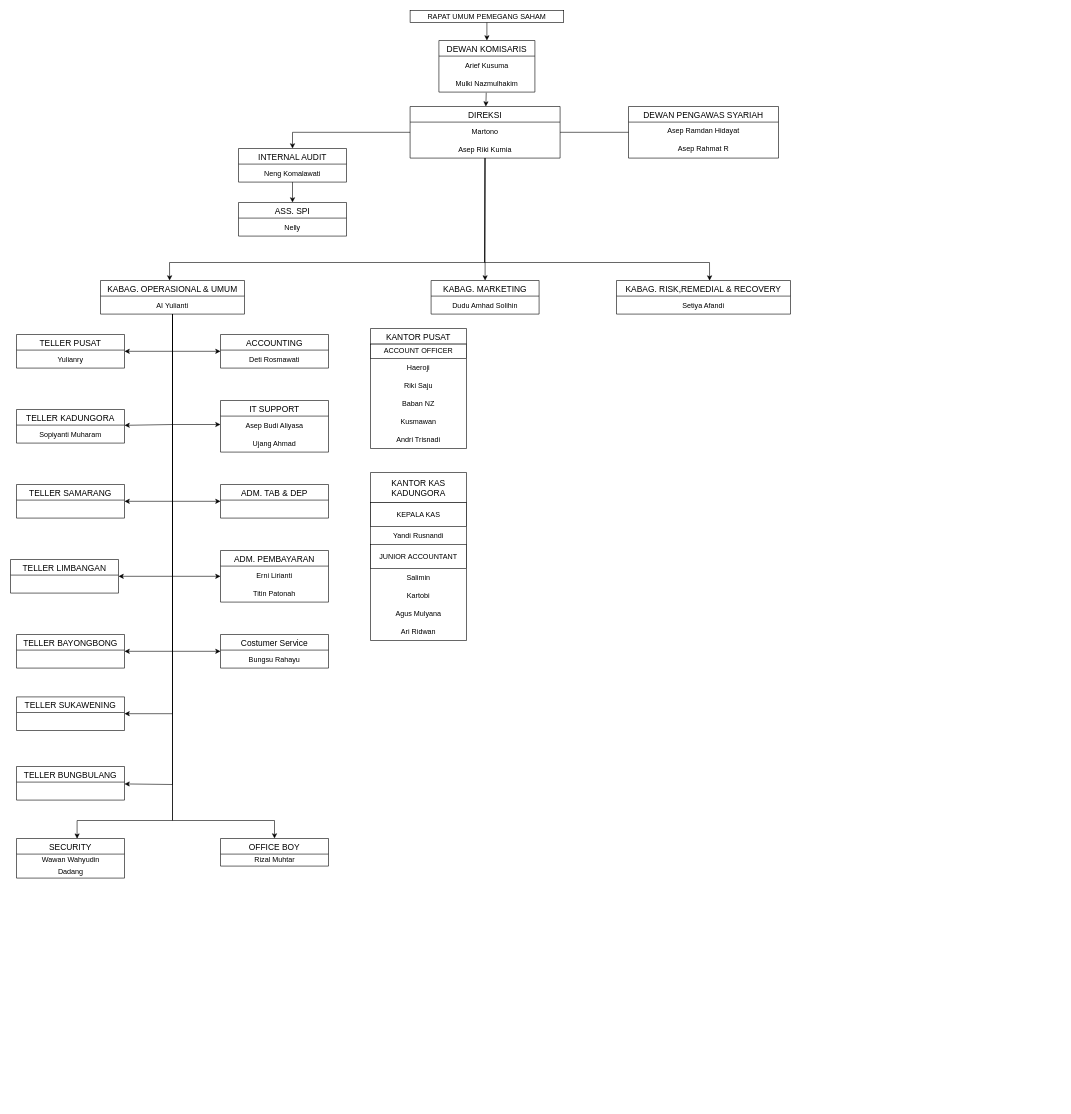
Before: Untitled Diagram.drawio in Lastwolf666/PBO, a draw.io diagram. Source tidied: cells renumbered, new cells numbered last; positions are measured from the earlier drawing's top-left corner, leaving out a move shared by most shapes. Both pictures are drawn from the tidied source at 60%, with x=0, y=0 at pixel (10, 10).
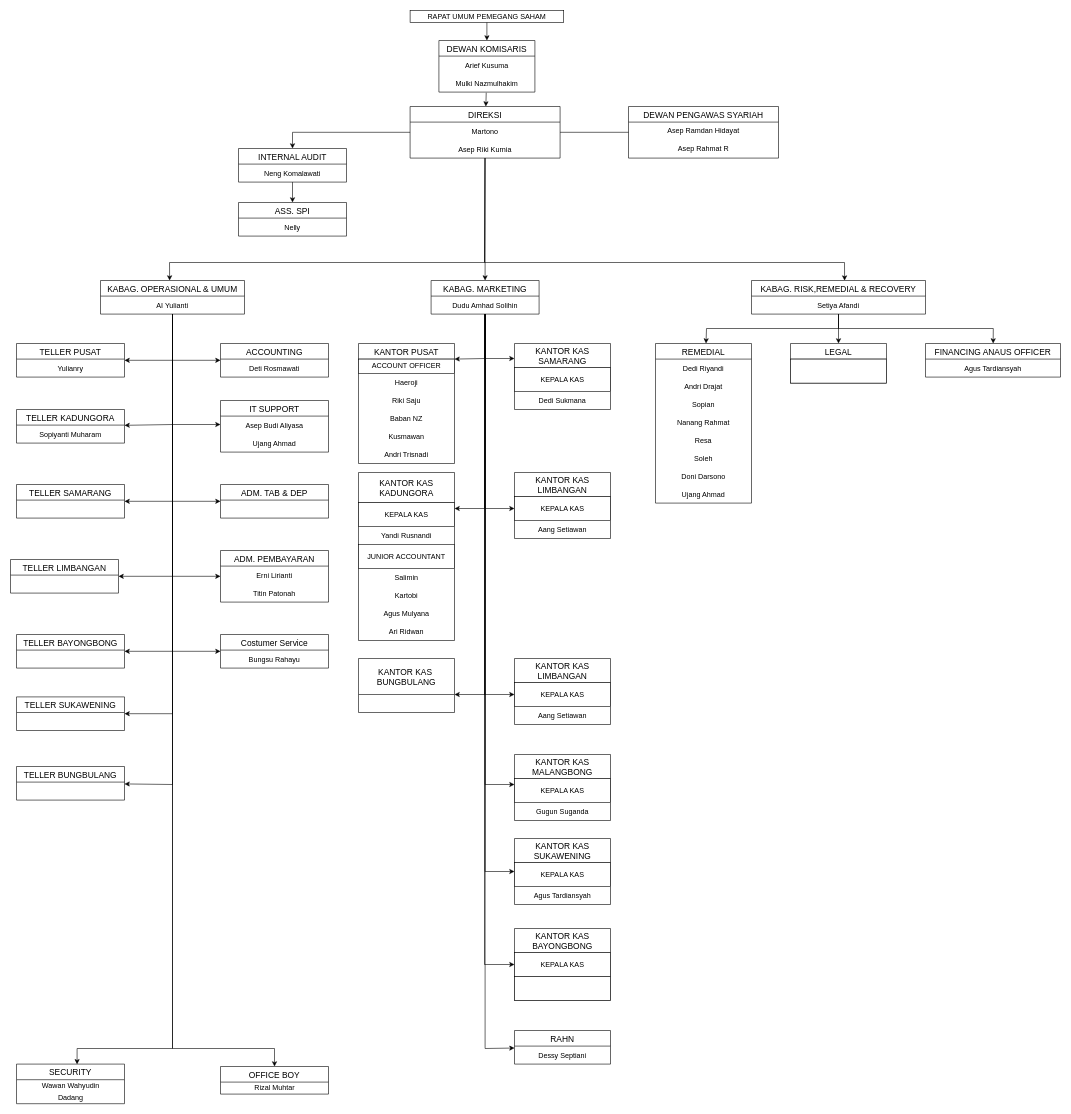
Above is the later version.

The change refers to these unchanged cells:
```xml
<mxCell id="7" value="DIREKSI" style="swimlane;fontStyle=0;horizontal=1;startSize=26;align=center;fontSize=14;arcSize=15;" parent="1" vertex="1">
  <mxGeometry x="666" y="160" width="250" height="86" as="geometry" />
</mxCell>
<mxCell id="21" value="KABAG. OPERASIONAL &amp; UMUM" style="swimlane;fontStyle=0;horizontal=1;startSize=26;align=center;fontSize=14;arcSize=15;" parent="1" vertex="1">
  <mxGeometry x="150" y="450" width="240" height="56" as="geometry" />
</mxCell>
<mxCell id="23" value="KABAG. MARKETING" style="swimlane;fontStyle=0;horizontal=1;startSize=26;align=center;fontSize=14;arcSize=15;" parent="1" vertex="1">
  <mxGeometry x="701" y="450" width="180" height="56" as="geometry" />
</mxCell>
<mxCell id="70" value="ACCOUNT OFFICER" style="whiteSpace=wrap;html=1;align=center;startSize=26;" parent="69" vertex="1">
  <mxGeometry y="26" width="160" height="24" as="geometry" />
</mxCell>
<mxCell id="77" value="KEPALA KAS" style="whiteSpace=wrap;html=1;align=center;startSize=26;" parent="76" vertex="1">
  <mxGeometry y="50" width="160" height="40" as="geometry" />
</mxCell>
```

Change to the diagram source:
```diff
@@
     <mxCell id="25" value="KABAG. RISK,REMEDIAL &amp; RECOVERY" style="swimlane;fontStyle=0;horizontal=1;startSize=26;align=center;fontSize=14;arcSize=15;" parent="1" vertex="1">
-      <mxGeometry x="1010" y="450" width="290" height="56" as="geometry" />
+      <mxGeometry x="1235" y="450" width="290" height="56" as="geometry" />
     </mxCell>
@@
     <mxCell id="29" style="endArrow=classic;html=1;rounded=0;startSize=26;entryX=0.535;entryY=0.003;entryDx=0;entryDy=0;entryPerimeter=0;" parent="1" edge="1" source="7" target="25">
       <mxGeometry relative="1" as="geometry">
         <Array as="points">
           <mxPoint x="790" y="420" />
-          <mxPoint x="1165" y="420" />
+          <mxPoint x="1390" y="420" />
         </Array>
       </mxGeometry>
     </mxCell>
     <mxCell id="30" value="ACCOUNTING" style="swimlane;fontStyle=0;horizontal=1;startSize=26;align=center;fontSize=14;arcSize=15;" parent="1" vertex="1">
-      <mxGeometry x="350" y="540" width="180" height="56" as="geometry" />
+      <mxGeometry x="350" y="555" width="180" height="56" as="geometry" />
     </mxCell>
@@
     <mxCell id="41" value="TELLER PUSAT" style="swimlane;fontStyle=0;horizontal=1;startSize=26;align=center;fontSize=14;arcSize=15;" parent="1" vertex="1">
-      <mxGeometry x="10" y="540" width="180" height="56" as="geometry" />
+      <mxGeometry x="10" y="555" width="180" height="56" as="geometry" />
     </mxCell>
@@
     <mxCell id="50" value="SECURITY" style="swimlane;fontStyle=0;horizontal=1;startSize=26;align=center;fontSize=14;arcSize=15;" parent="1" vertex="1">
-      <mxGeometry x="10" y="1380" width="180" height="66" as="geometry" />
+      <mxGeometry x="10" y="1756" width="180" height="66" as="geometry" />
     </mxCell>
@@
     <mxCell id="53" value="OFFICE BOY" style="swimlane;fontStyle=0;horizontal=1;startSize=26;align=center;fontSize=14;arcSize=15;" parent="1" vertex="1">
-      <mxGeometry x="350" y="1380" width="180" height="46" as="geometry" />
+      <mxGeometry x="350" y="1760" width="180" height="46" as="geometry" />
     </mxCell>
@@
     <mxCell id="55" style="endArrow=classic;html=1;rounded=0;startSize=26;entryX=0.561;entryY=0.005;entryDx=0;entryDy=0;entryPerimeter=0;" parent="1" edge="1" source="21" target="50">
       <mxGeometry relative="1" as="geometry">
         <Array as="points">
-          <mxPoint x="270" y="1350" />
-          <mxPoint x="111" y="1350" />
+          <mxPoint x="270" y="1730" />
+          <mxPoint x="111" y="1730" />
         </Array>
       </mxGeometry>
     </mxCell>
     <mxCell id="56" style="endArrow=classic;html=1;rounded=0;startSize=26;entryX=0.5;entryY=0;entryDx=0;entryDy=0;" parent="1" edge="1" source="21" target="53">
       <mxGeometry relative="1" as="geometry">
         <Array as="points">
-          <mxPoint x="270" y="1350" />
-          <mxPoint x="440" y="1350" />
+          <mxPoint x="270" y="1730" />
+          <mxPoint x="440" y="1730" />
         </Array>
       </mxGeometry>
     </mxCell>
     <mxCell id="57" style="endArrow=classic;html=1;rounded=0;startSize=26;" parent="1" edge="1" source="21" target="30">
       <mxGeometry relative="1" as="geometry">
         <Array as="points">
-          <mxPoint x="270" y="568" />
+          <mxPoint x="270" y="583" />
         </Array>
       </mxGeometry>
     </mxCell>
@@
     <mxCell id="62" style="endArrow=classic;html=1;rounded=0;startSize=26;" parent="1" edge="1" source="21" target="41">
       <mxGeometry relative="1" as="geometry">
         <Array as="points">
-          <mxPoint x="270" y="568" />
+          <mxPoint x="270" y="583" />
         </Array>
       </mxGeometry>
     </mxCell>
@@
     <mxCell id="69" value="KANTOR PUSAT" style="swimlane;fontStyle=0;horizontal=1;startSize=26;align=center;fontSize=14;" parent="1" vertex="1">
-      <mxGeometry x="600" y="530" width="160" height="200" as="geometry" />
+      <mxGeometry x="580" y="555" width="160" height="200" as="geometry" />
     </mxCell>
@@
     <mxCell id="76" value="KANTOR KAS&#10;KADUNGORA" style="swimlane;fontStyle=0;horizontal=1;startSize=50;align=center;fontSize=14;" parent="1" vertex="1">
-      <mxGeometry x="600" y="770" width="160" height="280" as="geometry" />
+      <mxGeometry x="580" y="770" width="160" height="280" as="geometry" />
     </mxCell>
@@
+    <mxCell id="84" value="KANTOR KAS &#10;BUNGBULANG" style="swimlane;fontStyle=0;horizontal=1;startSize=60;align=center;fontSize=14;" parent="1" vertex="1">
+      <mxGeometry x="580" y="1080" width="160" height="90" as="geometry" />
+    </mxCell>
+    <mxCell id="85" value="KANTOR KAS&#10;SAMARANG" style="swimlane;fontStyle=0;horizontal=1;startSize=40;align=center;fontSize=14;" parent="1" vertex="1">
+      <mxGeometry x="840" y="555" width="160" height="110" as="geometry" />
+    </mxCell>
+    <mxCell id="86" value="KEPALA KAS" style="whiteSpace=wrap;html=1;align=center;startSize=26;" parent="85" vertex="1">
+      <mxGeometry y="40" width="160" height="40" as="geometry" />
+    </mxCell>
+    <mxCell id="87" value="Dedi Sukmana" style="text;strokeColor=none;fillColor=none;spacingLeft=4;spacingRight=4;overflow=hidden;fontSize=12;startSize=26;align=center;verticalAlign=middle;" parent="85" vertex="1">
+      <mxGeometry y="80" width="160" height="30" as="geometry" />
+    </mxCell>
+    <mxCell id="88" value="KANTOR KAS&#10;LIMBANGAN" style="swimlane;fontStyle=0;horizontal=1;startSize=40;align=center;fontSize=14;" parent="1" vertex="1">
+      <mxGeometry x="840" y="770" width="160" height="110" as="geometry" />
+    </mxCell>
+    <mxCell id="89" value="KEPALA KAS" style="whiteSpace=wrap;html=1;align=center;startSize=26;" parent="88" vertex="1">
+      <mxGeometry y="40" width="160" height="40" as="geometry" />
+    </mxCell>
+    <mxCell id="90" value="Aang Setiawan" style="text;strokeColor=none;fillColor=none;spacingLeft=4;spacingRight=4;overflow=hidden;fontSize=12;startSize=26;align=center;verticalAlign=middle;" parent="88" vertex="1">
+      <mxGeometry y="80" width="160" height="30" as="geometry" />
+    </mxCell>
+    <mxCell id="91" value="KANTOR KAS&#10;LIMBANGAN" style="swimlane;fontStyle=0;horizontal=1;startSize=40;align=center;fontSize=14;" parent="1" vertex="1">
+      <mxGeometry x="840" y="1080" width="160" height="110" as="geometry" />
+    </mxCell>
+    <mxCell id="92" value="KEPALA KAS" style="whiteSpace=wrap;html=1;align=center;startSize=26;" parent="91" vertex="1">
+      <mxGeometry y="40" width="160" height="40" as="geometry" />
+    </mxCell>
+    <mxCell id="93" value="Aang Setiawan" style="text;strokeColor=none;fillColor=none;spacingLeft=4;spacingRight=4;overflow=hidden;fontSize=12;startSize=26;align=center;verticalAlign=middle;" parent="91" vertex="1">
+      <mxGeometry y="80" width="160" height="30" as="geometry" />
+    </mxCell>
+    <mxCell id="94" value="KANTOR KAS&#10;MALANGBONG" style="swimlane;fontStyle=0;horizontal=1;startSize=40;align=center;fontSize=14;" parent="1" vertex="1">
+      <mxGeometry x="840" y="1240" width="160" height="110" as="geometry" />
+    </mxCell>
+    <mxCell id="95" value="KEPALA KAS" style="whiteSpace=wrap;html=1;align=center;startSize=26;" parent="94" vertex="1">
+      <mxGeometry y="40" width="160" height="40" as="geometry" />
+    </mxCell>
+    <mxCell id="96" value="Gugun Suganda" style="text;strokeColor=none;fillColor=none;spacingLeft=4;spacingRight=4;overflow=hidden;fontSize=12;startSize=26;align=center;verticalAlign=middle;" parent="94" vertex="1">
+      <mxGeometry y="80" width="160" height="30" as="geometry" />
+    </mxCell>
+    <mxCell id="97" value="KANTOR KAS&#10;SUKAWENING" style="swimlane;fontStyle=0;horizontal=1;startSize=40;align=center;fontSize=14;" parent="1" vertex="1">
+      <mxGeometry x="840" y="1380" width="160" height="110" as="geometry" />
+    </mxCell>
+    <mxCell id="98" value="KEPALA KAS" style="whiteSpace=wrap;html=1;align=center;startSize=26;" parent="97" vertex="1">
+      <mxGeometry y="40" width="160" height="40" as="geometry" />
+    </mxCell>
+    <mxCell id="99" value="Agus Tardiansyah" style="text;strokeColor=none;fillColor=none;spacingLeft=4;spacingRight=4;overflow=hidden;fontSize=12;startSize=26;align=center;verticalAlign=middle;" parent="97" vertex="1">
+      <mxGeometry y="80" width="160" height="30" as="geometry" />
+    </mxCell>
+    <mxCell id="100" value="KANTOR KAS&#10;BAYONGBONG" style="swimlane;fontStyle=0;horizontal=1;startSize=40;align=center;fontSize=14;" parent="1" vertex="1">
+      <mxGeometry x="840" y="1530" width="160" height="120" as="geometry" />
+    </mxCell>
+    <mxCell id="101" value="KEPALA KAS" style="whiteSpace=wrap;html=1;align=center;startSize=26;" parent="100" vertex="1">
+      <mxGeometry y="40" width="160" height="40" as="geometry" />
+    </mxCell>
+    <mxCell id="102" style="whiteSpace=wrap;html=1;align=center;startSize=26;" parent="100" vertex="1">
+      <mxGeometry y="80" width="160" height="40" as="geometry" />
+    </mxCell>
+    <mxCell id="103" value="RAHN" style="swimlane;fontStyle=0;horizontal=1;startSize=26;align=center;fontSize=14;" parent="1" vertex="1">
+      <mxGeometry x="840" y="1700" width="160" height="56" as="geometry" />
+    </mxCell>
+    <mxCell id="104" value="Dessy Septiani" style="text;strokeColor=none;fillColor=none;spacingLeft=4;spacingRight=4;overflow=hidden;fontSize=12;startSize=26;align=center;verticalAlign=middle;" parent="103" vertex="1">
+      <mxGeometry y="26" width="160" height="30" as="geometry" />
+    </mxCell>
+    <mxCell id="105" style="endArrow=classic;html=1;rounded=0;startSize=26;entryX=1;entryY=0;entryDx=0;entryDy=0;" parent="1" edge="1" source="23" target="70">
+      <mxGeometry relative="1" as="geometry">
+        <Array as="points">
+          <mxPoint x="790" y="580" />
+        </Array>
+      </mxGeometry>
+    </mxCell>
+    <mxCell id="106" style="endArrow=classic;html=1;rounded=0;startSize=26;" parent="1" edge="1" source="23">
+      <mxGeometry relative="1" as="geometry">
+        <mxPoint x="840" y="580" as="targetPoint" />
+        <Array as="points">
+          <mxPoint x="791" y="580" />
+        </Array>
+      </mxGeometry>
+    </mxCell>
+    <mxCell id="107" style="endArrow=classic;html=1;rounded=0;startSize=26;entryX=1;entryY=0.25;entryDx=0;entryDy=0;" parent="1" edge="1" source="23" target="77">
+      <mxGeometry relative="1" as="geometry">
+        <Array as="points">
+          <mxPoint x="790" y="830" />
+        </Array>
+      </mxGeometry>
+    </mxCell>
+    <mxCell id="108" style="endArrow=classic;html=1;rounded=0;startSize=26;entryX=0;entryY=0.5;entryDx=0;entryDy=0;" parent="1" edge="1" source="23" target="89">
+      <mxGeometry relative="1" as="geometry">
+        <Array as="points">
+          <mxPoint x="791" y="830" />
+        </Array>
+      </mxGeometry>
+    </mxCell>
+    <mxCell id="109" style="endArrow=classic;html=1;rounded=0;startSize=26;" parent="1" edge="1" source="23">
+      <mxGeometry relative="1" as="geometry">
+        <mxPoint x="840" y="1140" as="targetPoint" />
+        <Array as="points">
+          <mxPoint x="790" y="1140" />
+        </Array>
+      </mxGeometry>
+    </mxCell>
+    <mxCell id="110" style="endArrow=classic;html=1;rounded=0;startSize=26;" parent="1" edge="1" source="23">
+      <mxGeometry relative="1" as="geometry">
+        <mxPoint x="740" y="1140" as="targetPoint" />
+        <Array as="points">
+          <mxPoint x="791" y="1140" />
+        </Array>
+      </mxGeometry>
+    </mxCell>
+    <mxCell id="111" style="endArrow=classic;html=1;rounded=0;startSize=26;entryX=0;entryY=0.25;entryDx=0;entryDy=0;" parent="1" edge="1" source="23" target="95">
+      <mxGeometry relative="1" as="geometry">
+        <Array as="points">
+          <mxPoint x="791" y="1290" />
+        </Array>
+      </mxGeometry>
+    </mxCell>
+    <mxCell id="112" style="endArrow=classic;html=1;rounded=0;startSize=26;" parent="1" edge="1" source="23" target="97">
+      <mxGeometry relative="1" as="geometry">
+        <Array as="points">
+          <mxPoint x="791" y="1435" />
+        </Array>
+      </mxGeometry>
+    </mxCell>
+    <mxCell id="113" style="endArrow=classic;html=1;rounded=0;startSize=26;" parent="1" edge="1" source="23" target="100">
+      <mxGeometry relative="1" as="geometry">
+        <Array as="points">
+          <mxPoint x="790" y="1590" />
+        </Array>
+      </mxGeometry>
+    </mxCell>
+    <mxCell id="114" style="endArrow=classic;html=1;rounded=0;startSize=26;" parent="1" edge="1" source="23" target="103">
+      <mxGeometry relative="1" as="geometry">
+        <Array as="points">
+          <mxPoint x="791" y="1730" />
+        </Array>
+      </mxGeometry>
+    </mxCell>
+    <mxCell id="115" value="REMEDIAL" style="swimlane;fontStyle=0;horizontal=1;startSize=26;align=center;fontSize=14;" parent="1" vertex="1">
+      <mxGeometry x="1075" y="555" width="160" height="266" as="geometry" />
+    </mxCell>
+    <mxCell id="116" value="Dedi Riyandi" style="text;strokeColor=none;fillColor=none;spacingLeft=4;spacingRight=4;overflow=hidden;fontSize=12;startSize=26;align=center;verticalAlign=middle;" parent="115" vertex="1">
+      <mxGeometry y="26" width="160" height="30" as="geometry" />
+    </mxCell>
+    <mxCell id="117" value="Andri Drajat" style="text;strokeColor=none;fillColor=none;spacingLeft=4;spacingRight=4;overflow=hidden;fontSize=12;startSize=26;align=center;verticalAlign=middle;" parent="115" vertex="1">
+      <mxGeometry y="56" width="160" height="30" as="geometry" />
+    </mxCell>
+    <mxCell id="118" value="Sopian" style="text;strokeColor=none;fillColor=none;spacingLeft=4;spacingRight=4;overflow=hidden;fontSize=12;startSize=26;align=center;verticalAlign=middle;" parent="115" vertex="1">
+      <mxGeometry y="86" width="160" height="30" as="geometry" />
+    </mxCell>
+    <mxCell id="119" value="Nanang Rahmat" style="text;strokeColor=none;fillColor=none;spacingLeft=4;spacingRight=4;overflow=hidden;fontSize=12;startSize=26;align=center;verticalAlign=middle;" parent="115" vertex="1">
+      <mxGeometry y="116" width="160" height="30" as="geometry" />
+    </mxCell>
+    <mxCell id="120" value="Resa" style="text;strokeColor=none;fillColor=none;spacingLeft=4;spacingRight=4;overflow=hidden;fontSize=12;startSize=26;align=center;verticalAlign=middle;" parent="115" vertex="1">
+      <mxGeometry y="146" width="160" height="30" as="geometry" />
+    </mxCell>
+    <mxCell id="121" value="Soleh" style="text;strokeColor=none;fillColor=none;spacingLeft=4;spacingRight=4;overflow=hidden;fontSize=12;startSize=26;align=center;verticalAlign=middle;" parent="115" vertex="1">
+      <mxGeometry y="176" width="160" height="30" as="geometry" />
+    </mxCell>
+    <mxCell id="122" value="Doni Darsono" style="text;strokeColor=none;fillColor=none;spacingLeft=4;spacingRight=4;overflow=hidden;fontSize=12;startSize=26;align=center;verticalAlign=middle;" parent="115" vertex="1">
+      <mxGeometry y="206" width="160" height="30" as="geometry" />
+    </mxCell>
+    <mxCell id="123" value="Ujang Ahmad" style="text;strokeColor=none;fillColor=none;spacingLeft=4;spacingRight=4;overflow=hidden;fontSize=12;startSize=26;align=center;verticalAlign=middle;" parent="115" vertex="1">
+      <mxGeometry y="236" width="160" height="30" as="geometry" />
+    </mxCell>
+    <mxCell id="124" style="endArrow=classic;html=1;rounded=0;startSize=26;" parent="1" edge="1" source="25" target="115">
+      <mxGeometry relative="1" as="geometry">
+        <Array as="points">
+          <mxPoint x="1380" y="530" />
+          <mxPoint x="1160" y="530" />
+        </Array>
+      </mxGeometry>
+    </mxCell>
+    <mxCell id="125" value="LEGAL" style="swimlane;fontStyle=0;horizontal=1;startSize=26;align=center;fontSize=14;" parent="1" vertex="1">
+      <mxGeometry x="1300" y="555" width="160" height="66" as="geometry" />
+    </mxCell>
+    <mxCell id="126" style="whiteSpace=wrap;html=1;align=center;startSize=26;" parent="125" vertex="1">
+      <mxGeometry y="26" width="160" height="40" as="geometry" />
+    </mxCell>
+    <mxCell id="127" style="endArrow=classic;html=1;rounded=0;startSize=26;entryX=0.5;entryY=0;entryDx=0;entryDy=0;" parent="1" edge="1" source="25" target="125">
+      <mxGeometry relative="1" as="geometry" />
+    </mxCell>
+    <mxCell id="128" value="FINANCING ANAUS OFFICER" style="swimlane;fontStyle=0;horizontal=1;startSize=26;align=center;fontSize=14;" parent="1" vertex="1">
+      <mxGeometry x="1525" y="555" width="225" height="56" as="geometry" />
+    </mxCell>
+    <mxCell id="129" value="Agus Tardiansyah" style="text;strokeColor=none;fillColor=none;spacingLeft=4;spacingRight=4;overflow=hidden;fontSize=12;startSize=26;align=center;verticalAlign=middle;" parent="128" vertex="1">
+      <mxGeometry y="26" width="225" height="30" as="geometry" />
+    </mxCell>
+    <mxCell id="130" style="endArrow=classic;html=1;rounded=0;startSize=26;" parent="1" edge="1" source="25" target="128">
+      <mxGeometry relative="1" as="geometry">
+        <Array as="points">
+          <mxPoint x="1380" y="530" />
+          <mxPoint x="1638" y="530" />
+        </Array>
+      </mxGeometry>
+    </mxCell>
```
